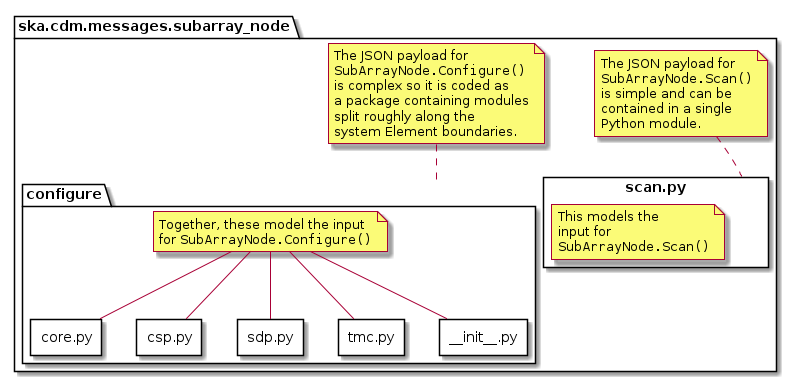
The PlantUML diagram docs/src/developer/subarraynode/subarraynode.png in ska-telescope/cdm-shared-library, before a commit.
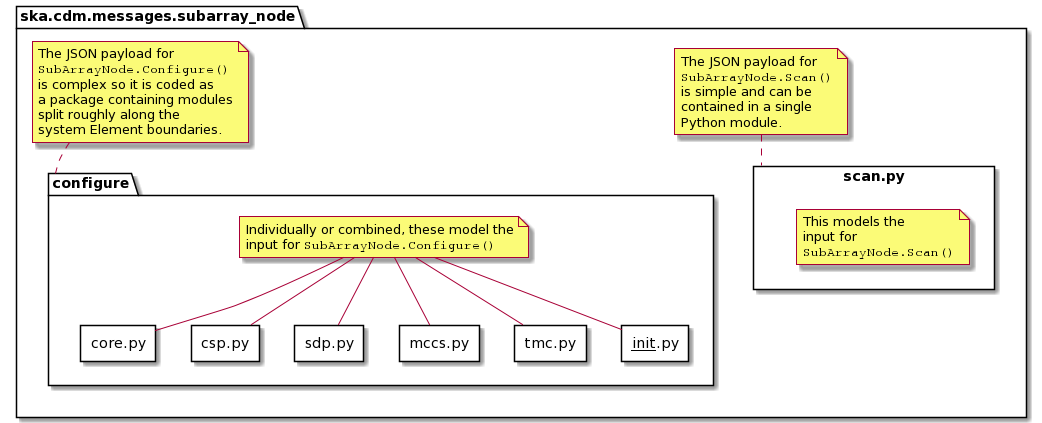
The same file after the commit.

Diff of the diagram source:
```diff
@@ -27,6 +27,9 @@
 		package sdp.py <<Rectangle>> {
 		}
 
+        package mccs.py <<Rectangle>> {
+        }
+
 		package tmc.py <<Rectangle>> {
 		}
 
@@ -34,14 +37,15 @@
 		}
 
 		note as N2
-			Together, these model the input
-			for ""SubArrayNode.Configure()""
+			Individually or combined, these model the
+			input for ""SubArrayNode.Configure()""
 		end note
 
 		N2 -- __init__.py
 		N2 -- core.py
 		N2 -- csp.py
 		N2 -- sdp.py
+		N2 -- mccs.py
 		N2 -- tmc.py
 	}
 	note top of configure
@@ -53,5 +57,4 @@
 		system Element boundaries.
 	end note
 }
-
 @enduml
```
